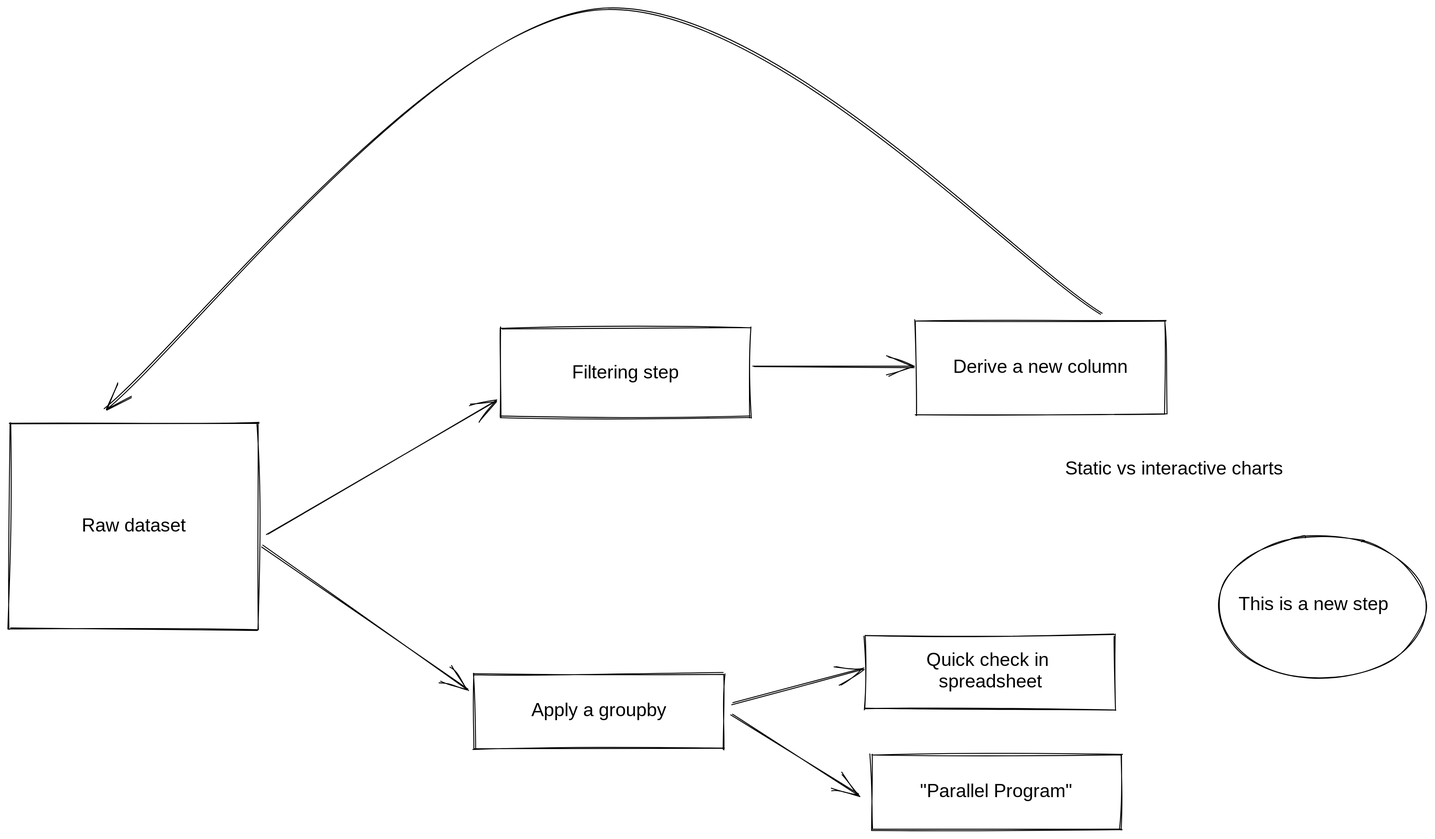
Before: diagrams/1_sample-diagram.excalidraw.svg, a diagram exported from Excalidraw (hydrosquall/bridging-the-code-click-gap). Source tidied: one line per element, renumbered; positions are measured from the earlier drawing's top-left corner, leaving out a move shared by most shapes.
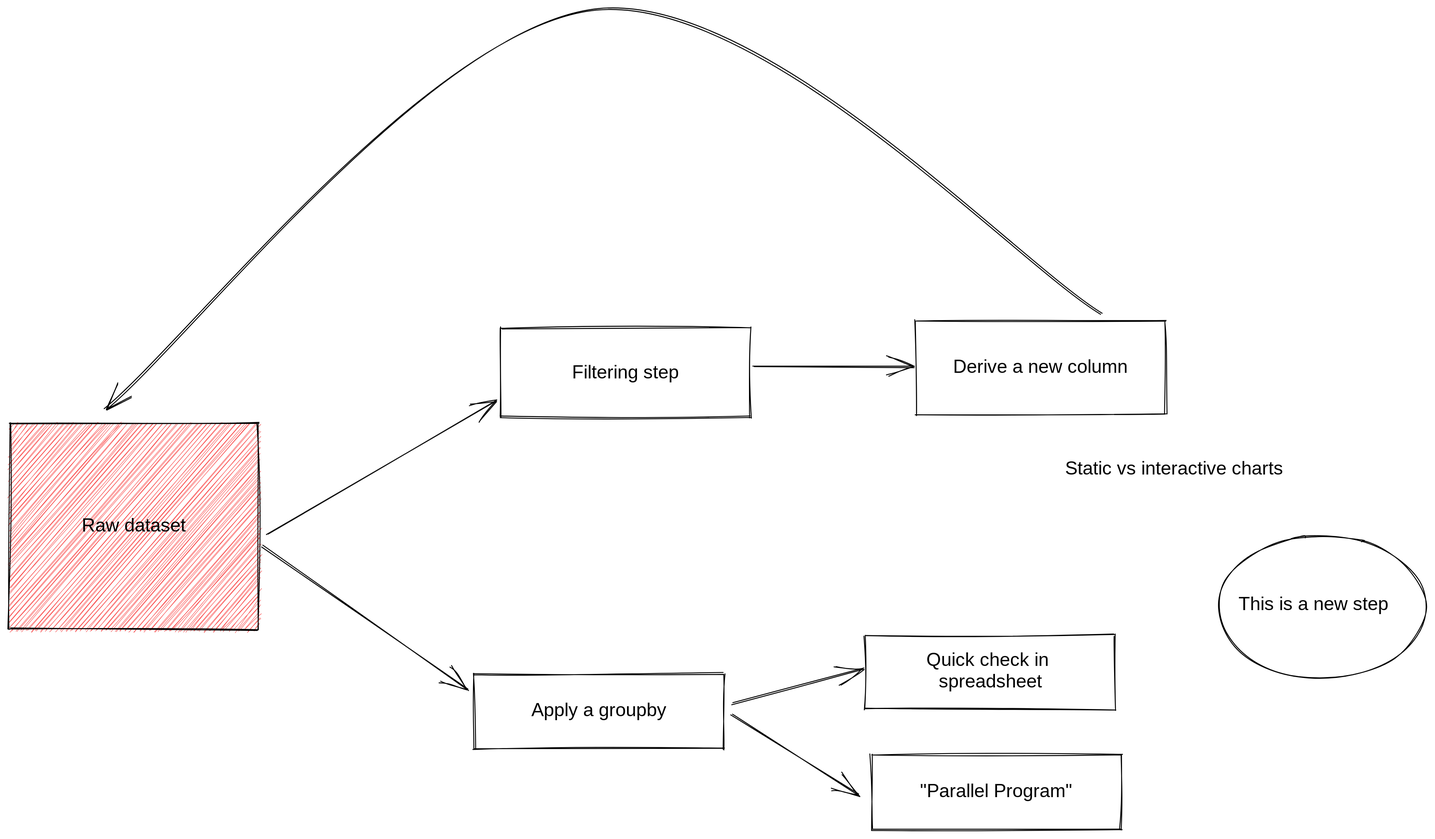
The same file after the commit.

Commit message:
sample commit: color coding

What changed in the source:
```diff
@@ -1,4 +1,4 @@
-{"id": 0, "type": "rectangle", "strokeColor": "#000000", "strokeWidth": 1, "roughness": 1, "x": 0, "y": 444, "width": 267, "height": 221}
+{"id": 0, "type": "rectangle", "strokeColor": "#000000", "backgroundColor": "#fa5252", "fillStyle": "hachure", "strokeWidth": 1, "roughness": 1, "x": 0, "y": 444, "width": 267, "height": 221}
 {"id": 1, "type": "text", "text": "Raw dataset", "strokeColor": "#000000", "strokeWidth": 1, "roughness": 1, "fontSize": 20, "fontFamily": 1, "textAlign": "center", "verticalAlign": "middle", "inside": 0, "x": 5, "y": 543, "width": 257, "height": 23}
 {"id": 2, "type": "rectangle", "strokeColor": "#000000", "strokeWidth": 1, "roughness": 1, "x": 528, "y": 342, "width": 268, "height": 96}
 {"id": 3, "type": "text", "text": "Filtering step", "strokeColor": "#000000", "strokeWidth": 1, "roughness": 1, "fontSize": 20, "fontFamily": 1, "textAlign": "center", "verticalAlign": "middle", "inside": 2, "x": 533, "y": 378, "width": 258, "height": 23}
```
